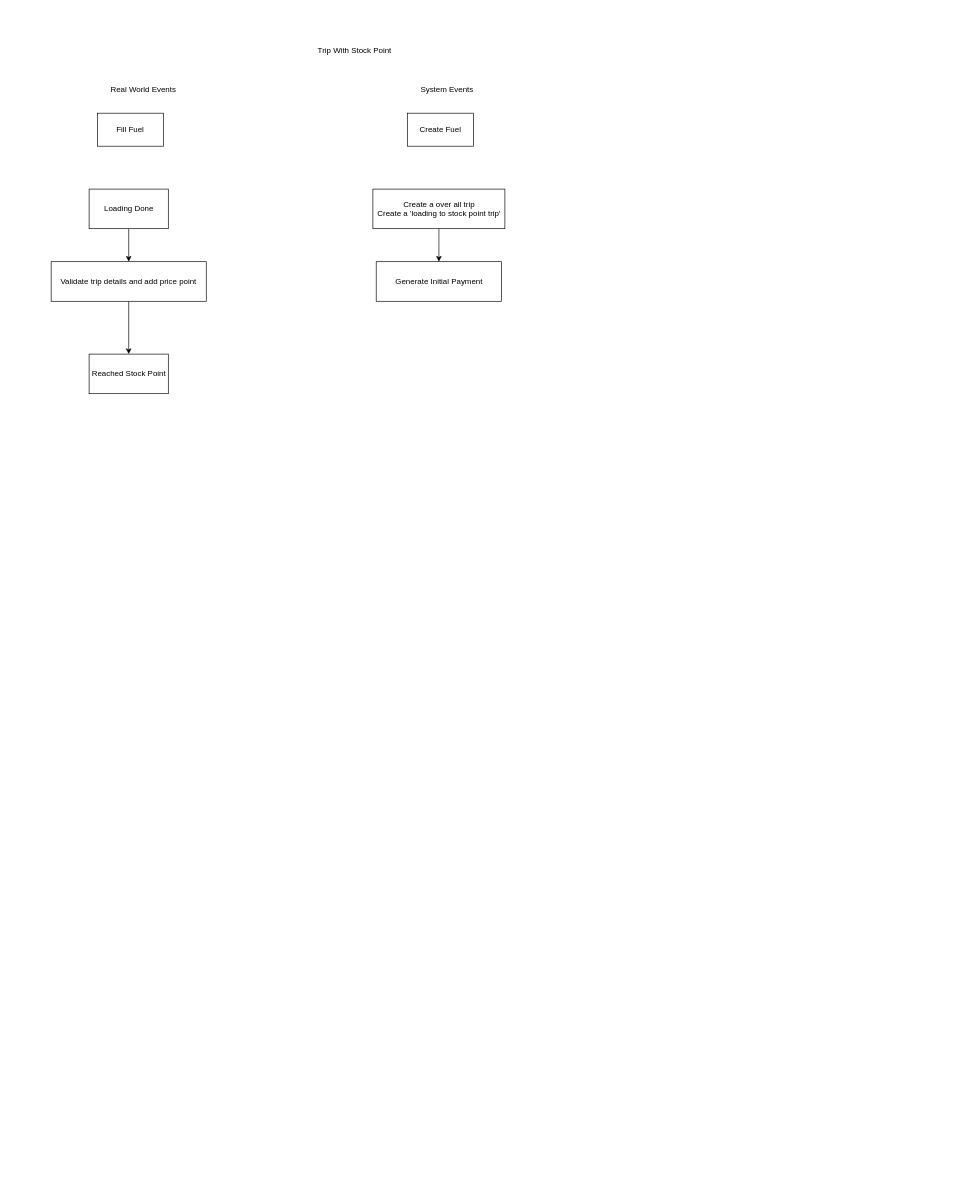
Earlier version of the draw.io diagram docs/subs.drawio (Sakthivel-Selvam-MEAN-Developer/AutoDeployment). Source tidied: cells renumbered, new cells numbered last; positions are measured from the earlier drawing's top-left corner, leaving out a move shared by most shapes. Both pictures are drawn from the tidied source at 66%, with x=0, y=0 at pixel (51, 40).
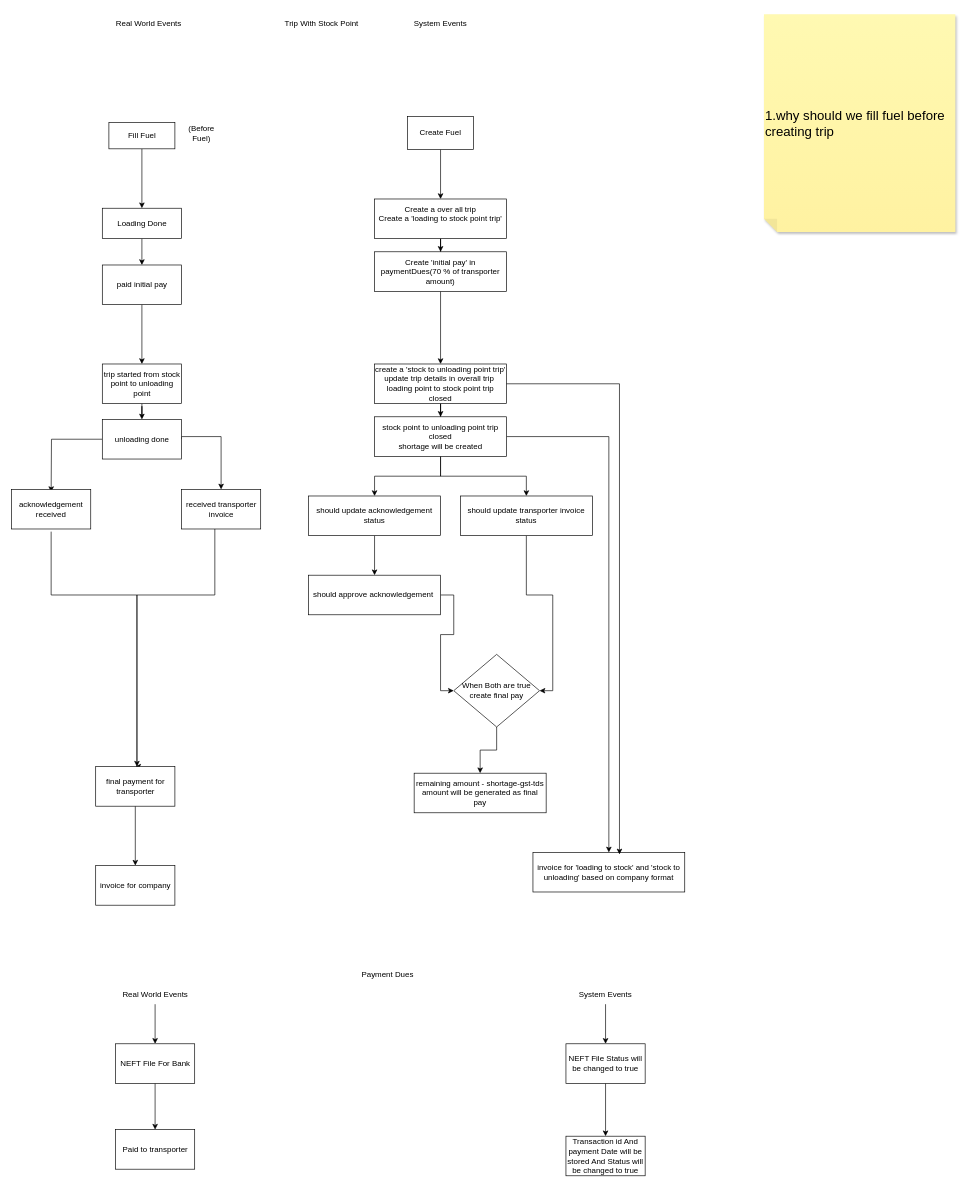
Above is the later version.

The edit, as a diff of the source:
```diff
@@
-    <mxCell id="2" style="edgeStyle=orthogonalEdgeStyle;rounded=0;jettySize=auto;html=1;" parent="1" edge="1" source="3" target="5">
-      <mxGeometry relative="1" as="geometry" />
-    </mxCell>
+    <mxCell id="15" style="edgeStyle=orthogonalEdgeStyle;rounded=0;jettySize=auto;html=1;entryX=0.5;entryY=0;entryDx=0;entryDy=0;" parent="1" edge="1" source="10" target="24">
+      <mxGeometry relative="1" as="geometry" />
+    </mxCell>
+    <mxCell id="16" style="edgeStyle=orthogonalEdgeStyle;rounded=0;jettySize=auto;html=1;" parent="1" edge="1" source="3" target="45">
+      <mxGeometry relative="1" as="geometry" />
+    </mxCell>
     <mxCell id="3" value="Loading Done" style="rounded=0;whiteSpace=wrap;html=1;" parent="1" vertex="1">
-      <mxGeometry x="57.5" y="225" width="120" height="60" as="geometry" />
+      <mxGeometry x="77.5" y="254" width="120" height="46" as="geometry" />
     </mxCell>
-    <mxCell id="4" style="edgeStyle=orthogonalEdgeStyle;rounded=0;jettySize=auto;html=1;" parent="1" edge="1" source="5" target="10">
-      <mxGeometry relative="1" as="geometry" />
-    </mxCell>
-    <mxCell id="5" value="Validate trip details and add price point" style="whiteSpace=wrap;html=1;rounded=0;" parent="1" vertex="1">
-      <mxGeometry y="335" width="235" height="60" as="geometry" />
-    </mxCell>
     <mxCell id="6" value="Trip With Stock Point" style="text;html=1;align=center;verticalAlign=middle;whiteSpace=wrap;rounded=0;" parent="1" vertex="1">
-      <mxGeometry x="400" width="120" height="30" as="geometry" />
+      <mxGeometry x="350" y="-40" width="120" height="30" as="geometry" />
     </mxCell>
-    <mxCell id="7" style="edgeStyle=orthogonalEdgeStyle;rounded=0;jettySize=auto;html=1;" parent="1" edge="1" source="8" target="9">
-      <mxGeometry relative="1" as="geometry" />
-    </mxCell>
+    <mxCell id="17" style="edgeStyle=orthogonalEdgeStyle;rounded=0;jettySize=auto;html=1;entryX=0.5;entryY=0;entryDx=0;entryDy=0;" parent="1" edge="1" source="8" target="47">
+      <mxGeometry relative="1" as="geometry" />
+    </mxCell>
-    <mxCell id="8" value="Create a over all trip&lt;div&gt;Create a 'loading to stock point trip'&lt;/div&gt;" style="rounded=0;whiteSpace=wrap;html=1;" parent="1" vertex="1">
-      <mxGeometry x="487.5" y="225" width="200" height="60" as="geometry" />
+    <mxCell id="8" value="Create a over all trip&lt;div&gt;Create a 'loading to stock point trip'&lt;/div&gt;&lt;div&gt;&lt;br&gt;&lt;/div&gt;" style="rounded=0;whiteSpace=wrap;html=1;" parent="1" vertex="1">
+      <mxGeometry x="490" y="240" width="200" height="60" as="geometry" />
     </mxCell>
-    <mxCell id="9" value="Generate Initial Payment" style="whiteSpace=wrap;html=1;rounded=0;" parent="1" vertex="1">
-      <mxGeometry x="492.5" y="335" width="190" height="60" as="geometry" />
-    </mxCell>
-    <mxCell id="10" value="Reached Stock Point" style="whiteSpace=wrap;html=1;rounded=0;" parent="1" vertex="1">
-      <mxGeometry x="57.5" y="475" width="120" height="60" as="geometry" />
-    </mxCell>
     <mxCell id="11" value="Real World Events" style="text;html=1;align=center;verticalAlign=middle;whiteSpace=wrap;rounded=0;" parent="1" vertex="1">
-      <mxGeometry x="70" y="60" width="140" height="30" as="geometry" />
+      <mxGeometry x="77.5" y="-40" width="140" height="30" as="geometry" />
     </mxCell>
     <mxCell id="12" value="System Events" style="text;html=1;align=center;verticalAlign=middle;whiteSpace=wrap;rounded=0;" parent="1" vertex="1">
-      <mxGeometry x="530" y="60" width="140" height="30" as="geometry" />
+      <mxGeometry x="520" y="-40" width="140" height="30" as="geometry" />
     </mxCell>
+    <mxCell id="18" style="edgeStyle=orthogonalEdgeStyle;rounded=0;jettySize=auto;html=1;" parent="1" edge="1" source="13" target="3">
+      <mxGeometry relative="1" as="geometry" />
+    </mxCell>
     <mxCell id="13" value="Fill Fuel" style="rounded=0;whiteSpace=wrap;html=1;" parent="1" vertex="1">
-      <mxGeometry x="70" y="110" width="100" height="50" as="geometry" />
+      <mxGeometry x="87.5" y="124" width="100" height="40" as="geometry" />
     </mxCell>
+    <mxCell id="19" style="edgeStyle=orthogonalEdgeStyle;rounded=0;jettySize=auto;html=1;" parent="1" edge="1" source="14" target="8">
+      <mxGeometry relative="1" as="geometry" />
+    </mxCell>
     <mxCell id="14" value="Create Fuel" style="rounded=0;whiteSpace=wrap;html=1;" parent="1" vertex="1">
-      <mxGeometry x="540" y="110" width="100" height="50" as="geometry" />
+      <mxGeometry x="540" y="115" width="100" height="50" as="geometry" />
     </mxCell>
+    <mxCell id="20" value="(Before Fuel)" style="text;html=1;align=center;verticalAlign=middle;whiteSpace=wrap;rounded=0;" parent="1" vertex="1">
+      <mxGeometry x="197.5" y="125" width="60" height="30" as="geometry" />
+    </mxCell>
+    <mxCell id="21" value="&lt;font style=&quot;font-size: 20px;&quot;&gt;1.why should we fill fuel before creating trip&amp;nbsp;&lt;/font&gt;" style="shape=note;whiteSpace=wrap;html=1;backgroundOutline=1;fontColor=#000000;darkOpacity=0.05;fillColor=#FFF9B2;strokeColor=none;fillStyle=solid;direction=west;gradientDirection=north;gradientColor=#FFF2A1;shadow=1;size=20;align=left;" parent="1" vertex="1">
+      <mxGeometry x="1080" y="-40" width="290" height="330" as="geometry" />
+    </mxCell>
+    <mxCell id="22" style="edgeStyle=orthogonalEdgeStyle;rounded=0;jettySize=auto;html=1;" parent="1" edge="1" source="24">
+      <mxGeometry relative="1" as="geometry">
+        <mxPoint y="684" as="targetPoint" />
+      </mxGeometry>
+    </mxCell>
+    <mxCell id="23" style="edgeStyle=orthogonalEdgeStyle;rounded=0;jettySize=auto;html=1;exitX=1;exitY=0.5;exitDx=0;exitDy=0;" parent="1" edge="1" source="24">
+      <mxGeometry relative="1" as="geometry">
+        <mxPoint x="257.5" y="680" as="targetPoint" />
+        <Array as="points">
+          <mxPoint x="258" y="600" />
+        </Array>
+      </mxGeometry>
+    </mxCell>
+    <mxCell id="24" value="unloading done" style="rounded=0;whiteSpace=wrap;html=1;" parent="1" vertex="1">
+      <mxGeometry x="77.5" y="574" width="120" height="60" as="geometry" />
+    </mxCell>
+    <mxCell id="10" value="trip started from stock point to unloading point" style="whiteSpace=wrap;html=1;rounded=0;" parent="1" vertex="1">
+      <mxGeometry x="77.5" y="490" width="120" height="60" as="geometry" />
+    </mxCell>
+    <mxCell id="25" style="edgeStyle=orthogonalEdgeStyle;rounded=0;jettySize=auto;html=1;" parent="1" edge="1" source="26" target="30">
+      <mxGeometry relative="1" as="geometry" />
+    </mxCell>
+    <mxCell id="26" value="&lt;div&gt;create a 'stock to unloading point trip'&lt;/div&gt;&lt;div&gt;update trip details in overall trip&amp;nbsp;&lt;/div&gt;&lt;div&gt;loading point to stock point trip closed&lt;/div&gt;" style="rounded=0;whiteSpace=wrap;html=1;" parent="1" vertex="1">
+      <mxGeometry x="490" y="490" width="200" height="60" as="geometry" />
+    </mxCell>
+    <mxCell id="27" style="edgeStyle=orthogonalEdgeStyle;rounded=0;jettySize=auto;html=1;" parent="1" edge="1" source="30" target="32">
+      <mxGeometry relative="1" as="geometry" />
+    </mxCell>
+    <mxCell id="28" style="edgeStyle=orthogonalEdgeStyle;rounded=0;jettySize=auto;html=1;entryX=0.5;entryY=0;entryDx=0;entryDy=0;" parent="1" edge="1" source="30" target="38">
+      <mxGeometry relative="1" as="geometry" />
+    </mxCell>
+    <mxCell id="29" style="edgeStyle=orthogonalEdgeStyle;rounded=0;jettySize=auto;html=1;" parent="1" edge="1" source="30" target="49">
+      <mxGeometry relative="1" as="geometry" />
+    </mxCell>
+    <mxCell id="30" value="stock point to unloading point trip closed&lt;div&gt;shortage will be created&lt;/div&gt;" style="rounded=0;whiteSpace=wrap;html=1;" parent="1" vertex="1">
+      <mxGeometry x="490" y="570" width="200" height="60" as="geometry" />
+    </mxCell>
+    <mxCell id="31" style="edgeStyle=orthogonalEdgeStyle;rounded=0;jettySize=auto;html=1;entryX=0.5;entryY=0;entryDx=0;entryDy=0;" parent="1" edge="1" source="32" target="40">
+      <mxGeometry relative="1" as="geometry" />
+    </mxCell>
+    <mxCell id="32" value="should update acknowledgement status" style="rounded=0;whiteSpace=wrap;html=1;" parent="1" vertex="1">
+      <mxGeometry x="390" y="690" width="200" height="60" as="geometry" />
+    </mxCell>
+    <mxCell id="33" style="edgeStyle=orthogonalEdgeStyle;rounded=0;jettySize=auto;html=1;entryX=0.5;entryY=0;entryDx=0;entryDy=0;" parent="1" edge="1" target="43">
+      <mxGeometry relative="1" as="geometry">
+        <mxPoint y="744" as="sourcePoint" />
+        <Array as="points">
+          <mxPoint y="840" />
+          <mxPoint x="130" y="840" />
+          <mxPoint x="130" y="1100" />
+        </Array>
+      </mxGeometry>
+    </mxCell>
+    <mxCell id="34" value="acknowledgement received" style="rounded=0;whiteSpace=wrap;html=1;" parent="1" vertex="1">
+      <mxGeometry x="-60" y="680" width="120" height="60" as="geometry" />
+    </mxCell>
+    <mxCell id="35" style="edgeStyle=orthogonalEdgeStyle;rounded=0;jettySize=auto;html=1;" parent="1" edge="1" source="36" target="43">
+      <mxGeometry relative="1" as="geometry">
+        <Array as="points">
+          <mxPoint x="248" y="840" />
+          <mxPoint x="130" y="840" />
+        </Array>
+      </mxGeometry>
+    </mxCell>
+    <mxCell id="36" value="received transporter invoice" style="rounded=0;whiteSpace=wrap;html=1;" parent="1" vertex="1">
+      <mxGeometry x="197.5" y="680" width="120" height="60" as="geometry" />
+    </mxCell>
+    <mxCell id="37" style="edgeStyle=orthogonalEdgeStyle;rounded=0;jettySize=auto;html=1;entryX=1;entryY=0.5;entryDx=0;entryDy=0;" parent="1" edge="1" source="38" target="63">
+      <mxGeometry relative="1" as="geometry" />
+    </mxCell>
+    <mxCell id="38" value="should update transporter invoice&lt;div&gt;status&lt;/div&gt;" style="rounded=0;whiteSpace=wrap;html=1;" parent="1" vertex="1">
+      <mxGeometry x="620" y="690" width="200" height="60" as="geometry" />
+    </mxCell>
+    <mxCell id="39" style="edgeStyle=orthogonalEdgeStyle;rounded=0;jettySize=auto;html=1;entryX=0;entryY=0.5;entryDx=0;entryDy=0;" parent="1" edge="1" source="40" target="63">
+      <mxGeometry relative="1" as="geometry" />
+    </mxCell>
+    <mxCell id="40" value="should approve acknowledgement&amp;nbsp;" style="rounded=0;whiteSpace=wrap;html=1;" parent="1" vertex="1">
+      <mxGeometry x="390" y="810" width="200" height="60" as="geometry" />
+    </mxCell>
+    <mxCell id="41" value="remaining amount - shortage-gst-tds amount will be generated as final pay" style="rounded=0;whiteSpace=wrap;html=1;" parent="1" vertex="1">
+      <mxGeometry x="550" y="1110" width="200" height="60" as="geometry" />
+    </mxCell>
+    <mxCell id="42" style="edgeStyle=orthogonalEdgeStyle;rounded=0;jettySize=auto;html=1;" parent="1" edge="1" source="43" target="48">
+      <mxGeometry relative="1" as="geometry" />
+    </mxCell>
+    <mxCell id="43" value="final payment for transporter" style="rounded=0;whiteSpace=wrap;html=1;" parent="1" vertex="1">
+      <mxGeometry x="67.5" y="1100" width="120" height="60" as="geometry" />
+    </mxCell>
+    <mxCell id="44" style="edgeStyle=orthogonalEdgeStyle;rounded=0;jettySize=auto;html=1;" parent="1" edge="1" source="45" target="10">
+      <mxGeometry relative="1" as="geometry" />
+    </mxCell>
+    <mxCell id="45" value="paid initial pay" style="rounded=0;whiteSpace=wrap;html=1;" parent="1" vertex="1">
+      <mxGeometry x="77.5" y="340" width="120" height="60" as="geometry" />
+    </mxCell>
+    <mxCell id="46" style="edgeStyle=orthogonalEdgeStyle;rounded=0;jettySize=auto;html=1;" parent="1" edge="1" source="47" target="26">
+      <mxGeometry relative="1" as="geometry" />
+    </mxCell>
+    <mxCell id="47" value="&lt;div&gt;Create 'initial pay' in paymentDues(70 % of transporter amount)&lt;br&gt;&lt;/div&gt;" style="rounded=0;whiteSpace=wrap;html=1;" parent="1" vertex="1">
+      <mxGeometry x="490" y="320" width="200" height="60" as="geometry" />
+    </mxCell>
+    <mxCell id="48" value="invoice for company" style="rounded=0;whiteSpace=wrap;html=1;" parent="1" vertex="1">
+      <mxGeometry x="67.5" y="1250" width="120" height="60" as="geometry" />
+    </mxCell>
+    <mxCell id="49" value="invoice for 'loading to stock' and 'stock to unloading' based on company format" style="whiteSpace=wrap;html=1;rounded=0;" parent="1" vertex="1">
+      <mxGeometry x="730" y="1230" width="230" height="60" as="geometry" />
+    </mxCell>
+    <mxCell id="50" value="Payment Dues" style="text;html=1;align=center;verticalAlign=middle;whiteSpace=wrap;rounded=0;" parent="1" vertex="1">
+      <mxGeometry x="450" y="1400" width="120" height="30" as="geometry" />
+    </mxCell>
+    <mxCell id="51" style="edgeStyle=orthogonalEdgeStyle;rounded=0;jettySize=auto;html=1;" parent="1" edge="1" source="52" target="56">
+      <mxGeometry relative="1" as="geometry" />
+    </mxCell>
+    <mxCell id="52" value="Real World Events" style="text;html=1;align=center;verticalAlign=middle;whiteSpace=wrap;rounded=0;" parent="1" vertex="1">
+      <mxGeometry x="87.5" y="1430" width="140" height="30" as="geometry" />
+    </mxCell>
+    <mxCell id="53" style="edgeStyle=orthogonalEdgeStyle;rounded=0;jettySize=auto;html=1;" parent="1" edge="1" source="54" target="58">
+      <mxGeometry relative="1" as="geometry" />
+    </mxCell>
+    <mxCell id="54" value="System Events" style="text;html=1;align=center;verticalAlign=middle;whiteSpace=wrap;rounded=0;" parent="1" vertex="1">
+      <mxGeometry x="780" y="1430" width="120" height="30" as="geometry" />
+    </mxCell>
+    <mxCell id="55" style="edgeStyle=orthogonalEdgeStyle;rounded=0;jettySize=auto;html=1;" parent="1" edge="1" source="56" target="60">
+      <mxGeometry relative="1" as="geometry" />
+    </mxCell>
+    <mxCell id="56" value="&lt;span style=&quot;font-weight: normal;&quot;&gt;NEFT File For Bank&lt;/span&gt;" style="rounded=0;whiteSpace=wrap;html=1;fontStyle=1;" parent="1" vertex="1">
+      <mxGeometry x="97.5" y="1520" width="120" height="60" as="geometry" />
+    </mxCell>
+    <mxCell id="57" style="edgeStyle=orthogonalEdgeStyle;rounded=0;jettySize=auto;html=1;" parent="1" edge="1" source="58" target="59">
+      <mxGeometry relative="1" as="geometry" />
+    </mxCell>
+    <mxCell id="58" value="NEFT File Status will be changed to true" style="rounded=0;whiteSpace=wrap;html=1;" parent="1" vertex="1">
+      <mxGeometry x="780" y="1520" width="120" height="60" as="geometry" />
+    </mxCell>
+    <mxCell id="59" value="Transaction id And payment Date will be stored And Status will be changed to true" style="whiteSpace=wrap;html=1;rounded=0;" parent="1" vertex="1">
+      <mxGeometry x="780" y="1660" width="120" height="60" as="geometry" />
+    </mxCell>
+    <mxCell id="60" value="&lt;span style=&quot;font-weight: 400;&quot;&gt;Paid to transporter&lt;/span&gt;" style="rounded=0;whiteSpace=wrap;html=1;fontStyle=1;" parent="1" vertex="1">
+      <mxGeometry x="97.5" y="1650" width="120" height="60" as="geometry" />
+    </mxCell>
+    <mxCell id="61" style="edgeStyle=orthogonalEdgeStyle;rounded=0;jettySize=auto;html=1;entryX=0.57;entryY=0.05;entryDx=0;entryDy=0;entryPerimeter=0;" parent="1" edge="1" source="26" target="49">
+      <mxGeometry relative="1" as="geometry" />
+    </mxCell>
+    <mxCell id="62" style="edgeStyle=orthogonalEdgeStyle;rounded=0;jettySize=auto;html=1;entryX=0.5;entryY=0;entryDx=0;entryDy=0;" parent="1" edge="1" source="63" target="41">
+      <mxGeometry relative="1" as="geometry" />
+    </mxCell>
+    <mxCell id="63" value="When Both are true&lt;div&gt;create final pay&lt;/div&gt;" style="rhombus;whiteSpace=wrap;html=1;" parent="1" vertex="1">
+      <mxGeometry x="610" y="930" width="130" height="110" as="geometry" />
+    </mxCell>
```
